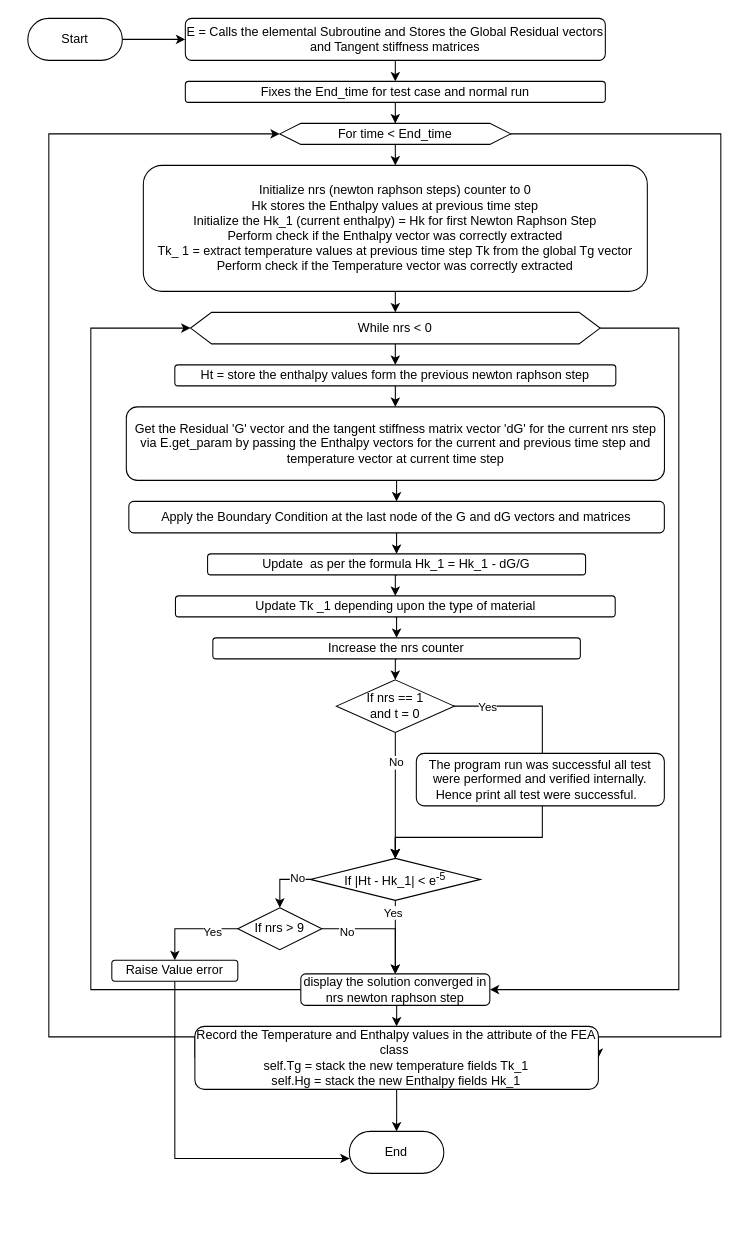
okolekar/PPP keeps this draw.io diagram as Untitled Diagram.drawio. Above is the earlier version. Source tidied: cells renumbered, new cells numbered last; positions are measured from the earlier drawing's top-left corner, leaving out a move shared by most shapes. Both pictures are drawn from the tidied source at 105%, with x=0, y=0 at pixel (27, 18).
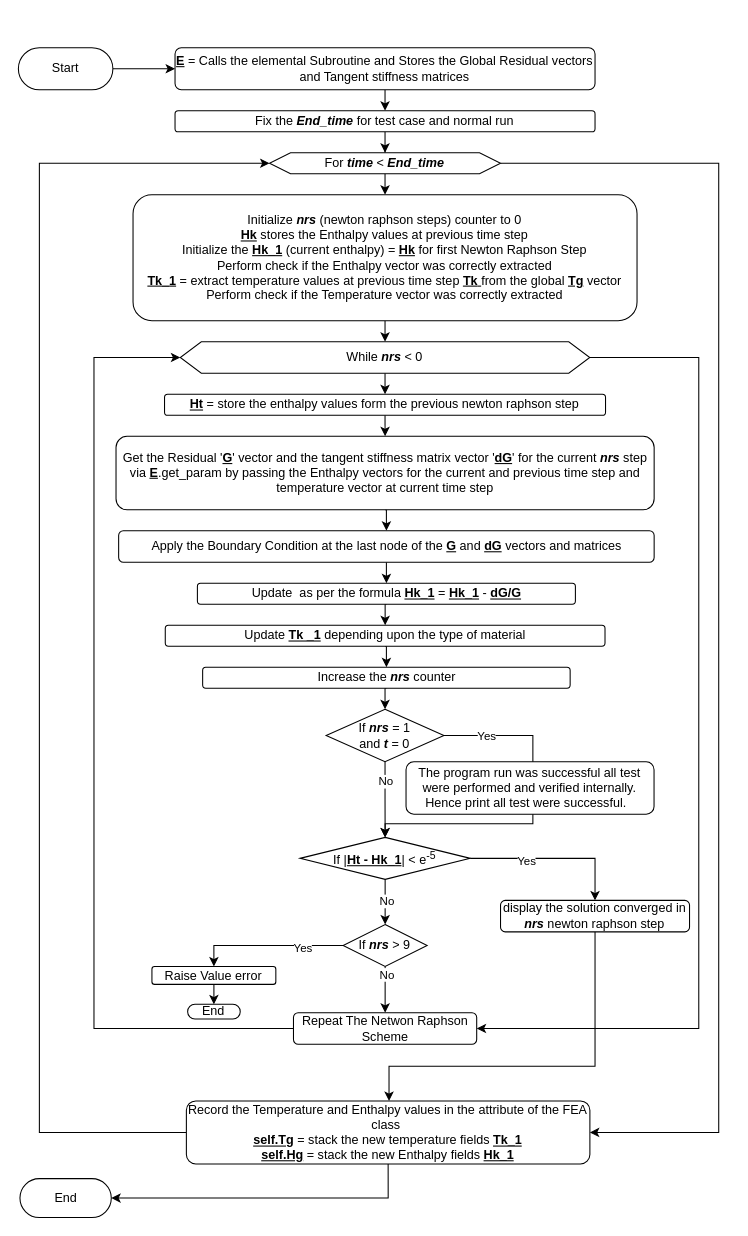
Above is the later version.

Change to the diagram source:
```diff
@@
     <mxCell id="3" value="Start" style="rounded=1;whiteSpace=wrap;html=1;arcSize=50;" parent="1" vertex="1">
-      <mxGeometry width="90" height="40" as="geometry" />
+      <mxGeometry x="-9" y="28" width="90" height="40" as="geometry" />
     </mxCell>
     <mxCell id="4" value="End" style="rounded=1;whiteSpace=wrap;html=1;arcSize=50;" parent="1" vertex="1">
-      <mxGeometry x="306.2" y="1060" width="90" height="40" as="geometry" />
+      <mxGeometry x="-7.5" y="1105" width="87" height="37" as="geometry" />
     </mxCell>
@@
-    <mxCell id="6" value="E = Calls the elemental Subroutine and Stores the Global Residual vectors and Tangent stiffness matrices" style="rounded=1;whiteSpace=wrap;html=1;" parent="1" vertex="1">
-      <mxGeometry x="150" width="400" height="40" as="geometry" />
+    <mxCell id="6" value="&lt;b&gt;&lt;u&gt;E&lt;/u&gt;&lt;/b&gt; = Calls the elemental Subroutine and Stores the Global Residual vectors and Tangent stiffness matrices" style="rounded=1;whiteSpace=wrap;html=1;" parent="1" vertex="1">
+      <mxGeometry x="140.2" y="28" width="400" height="40" as="geometry" />
     </mxCell>
@@
-    <mxCell id="8" value="Fixes the End_time for test case and normal run" style="rounded=1;whiteSpace=wrap;html=1;" parent="1" vertex="1">
-      <mxGeometry x="150" y="60" width="400" height="20" as="geometry" />
+    <mxCell id="8" value="Fix the &lt;b&gt;&lt;i&gt;End_time&lt;/i&gt;&lt;/b&gt; for test case and normal run" style="rounded=1;whiteSpace=wrap;html=1;" parent="1" vertex="1">
+      <mxGeometry x="140.2" y="88" width="400" height="20" as="geometry" />
     </mxCell>
@@
     <mxCell id="10" style="edgeStyle=orthogonalEdgeStyle;rounded=0;jettySize=auto;html=1;exitX=1;exitY=0.5;exitDx=0;exitDy=0;entryX=1;entryY=0.5;entryDx=0;entryDy=0;" parent="1" edge="1" source="11" target="53">
       <mxGeometry relative="1" as="geometry">
         <Array as="points">
-          <mxPoint x="660" y="110" />
-          <mxPoint x="660" y="970" />
+          <mxPoint x="658" y="138" />
+          <mxPoint x="658" y="1061" />
         </Array>
       </mxGeometry>
     </mxCell>
-    <mxCell id="11" value="For time &amp;lt; End_time" style="shape=hexagon;perimeter=hexagonPerimeter2;whiteSpace=wrap;html=1;fixedSize=1;" parent="1" vertex="1">
-      <mxGeometry x="240" y="100" width="220" height="20" as="geometry" />
+    <mxCell id="11" value="For &lt;b&gt;&lt;i&gt;time &lt;/i&gt;&lt;/b&gt;&amp;lt; &lt;b&gt;&lt;i&gt;End_time&lt;/i&gt;&lt;/b&gt;" style="shape=hexagon;perimeter=hexagonPerimeter2;whiteSpace=wrap;html=1;fixedSize=1;" parent="1" vertex="1">
+      <mxGeometry x="230.2" y="128" width="220" height="20" as="geometry" />
     </mxCell>
@@
-    <mxCell id="13" value="&lt;div style=&quot;&quot;&gt;&lt;span style=&quot;background-color: initial;&quot;&gt;Initialize nrs (newton raphson steps) counter to 0&lt;/span&gt;&lt;br&gt;&lt;span style=&quot;background-color: initial;&quot;&gt;Hk stores the Enthalpy values at previous time step&lt;/span&gt;&lt;br&gt;&lt;span style=&quot;background-color: initial;&quot;&gt;Initialize the Hk_1 (current enthalpy) = Hk for first Newton Raphson Step&lt;/span&gt;&lt;br&gt;&lt;span style=&quot;background-color: initial;&quot;&gt;Perform check if the Enthalpy vector was correctly extracted&lt;/span&gt;&lt;br&gt;&lt;span style=&quot;background-color: initial;&quot;&gt;Tk_ 1 = extract temperature values at previous time step Tk from the global Tg vector&lt;/span&gt;&lt;br&gt;&lt;span style=&quot;background-color: initial;&quot;&gt;Perform check if the Temperature vector was correctly extracted&lt;/span&gt;&lt;br&gt;&lt;/div&gt;" style="rounded=1;whiteSpace=wrap;html=1;align=center;" parent="1" vertex="1">
-      <mxGeometry x="110" y="140" width="480" height="120" as="geometry" />
+    <mxCell id="13" value="&lt;div style=&quot;&quot;&gt;&lt;span style=&quot;background-color: initial;&quot;&gt;Initialize &lt;b&gt;&lt;i&gt;nrs&lt;/i&gt;&lt;/b&gt; (newton raphson steps) counter to 0&lt;/span&gt;&lt;br&gt;&lt;span style=&quot;background-color: initial;&quot;&gt;&lt;b&gt;&lt;u&gt;Hk&lt;/u&gt; &lt;/b&gt;stores the Enthalpy values at previous time step&lt;/span&gt;&lt;br&gt;&lt;span style=&quot;background-color: initial;&quot;&gt;Initialize the &lt;b style=&quot;&quot;&gt;&lt;u&gt;Hk_1&lt;/u&gt; &lt;/b&gt;(current enthalpy) = &lt;b&gt;&lt;u&gt;Hk&lt;/u&gt;&lt;/b&gt; for first Newton Raphson Step&lt;/span&gt;&lt;br&gt;&lt;span style=&quot;background-color: initial;&quot;&gt;Perform check if the Enthalpy vector was correctly extracted&lt;/span&gt;&lt;br&gt;&lt;span style=&quot;background-color: initial;&quot;&gt;&lt;u&gt;&lt;b&gt;Tk_1&lt;/b&gt;&lt;/u&gt; = extract temperature values at previous time step &lt;u&gt;&lt;b&gt;Tk&lt;/b&gt; &lt;/u&gt;from the global &lt;b style=&quot;&quot;&gt;&lt;u&gt;Tg&lt;/u&gt; &lt;/b&gt;vector&lt;/span&gt;&lt;br&gt;&lt;span style=&quot;background-color: initial;&quot;&gt;Perform check if the Temperature vector was correctly extracted&lt;/span&gt;&lt;br&gt;&lt;/div&gt;" style="rounded=1;whiteSpace=wrap;html=1;align=center;" parent="1" vertex="1">
+      <mxGeometry x="100.2" y="168" width="480" height="120" as="geometry" />
     </mxCell>
@@
-    <mxCell id="15" style="edgeStyle=orthogonalEdgeStyle;rounded=0;jettySize=auto;html=1;exitX=1;exitY=0.5;exitDx=0;exitDy=0;entryX=1;entryY=0.5;entryDx=0;entryDy=0;" parent="1" edge="1" source="16" target="47">
-      <mxGeometry relative="1" as="geometry">
-        <Array as="points">
-          <mxPoint x="620" y="295" />
-          <mxPoint x="620" y="925" />
-        </Array>
-      </mxGeometry>
-    </mxCell>
+    <mxCell id="54" style="edgeStyle=orthogonalEdgeStyle;rounded=0;jettySize=auto;html=1;exitX=1;exitY=0.5;exitDx=0;exitDy=0;entryX=1;entryY=0.5;entryDx=0;entryDy=0;" parent="1" edge="1" source="16" target="61">
+      <mxGeometry relative="1" as="geometry">
+        <Array as="points">
+          <mxPoint x="639" y="323" />
+          <mxPoint x="639" y="962" />
+        </Array>
+      </mxGeometry>
+    </mxCell>
-    <mxCell id="16" value="While nrs &amp;lt; 0" style="shape=hexagon;perimeter=hexagonPerimeter2;whiteSpace=wrap;html=1;fixedSize=1;" parent="1" vertex="1">
-      <mxGeometry x="155" y="280" width="390" height="30" as="geometry" />
+    <mxCell id="16" value="While &lt;b&gt;&lt;i&gt;nrs&lt;/i&gt;&lt;/b&gt; &amp;lt; 0" style="shape=hexagon;perimeter=hexagonPerimeter2;whiteSpace=wrap;html=1;fixedSize=1;" parent="1" vertex="1">
+      <mxGeometry x="145.2" y="308" width="390" height="30" as="geometry" />
     </mxCell>
@@
-    <mxCell id="18" value="Ht = store the enthalpy values form the previous newton raphson step" style="rounded=1;whiteSpace=wrap;html=1;" parent="1" vertex="1">
-      <mxGeometry x="140" y="330" width="420" height="20" as="geometry" />
+    <mxCell id="18" value="&lt;b&gt;&lt;u&gt;Ht&lt;/u&gt;&lt;/b&gt; = store the enthalpy values form the previous newton raphson step" style="rounded=1;whiteSpace=wrap;html=1;" parent="1" vertex="1">
+      <mxGeometry x="130.2" y="358" width="420" height="20" as="geometry" />
     </mxCell>
@@
-    <mxCell id="20" value="Get the Residual 'G' vector and the tangent stiffness matrix vector 'dG' for the current nrs step via E.get_param by passing the Enthalpy vectors for the current and previous time step and temperature vector at current time step" style="rounded=1;whiteSpace=wrap;html=1;" parent="1" vertex="1">
-      <mxGeometry x="93.8" y="370" width="512.5" height="70" as="geometry" />
+    <mxCell id="20" value="Get the Residual '&lt;b&gt;&lt;u&gt;G&lt;/u&gt;&lt;/b&gt;' vector and the tangent stiffness matrix vector '&lt;b&gt;&lt;u&gt;dG&lt;/u&gt;&lt;/b&gt;' for the current &lt;b&gt;&lt;i&gt;nrs&lt;/i&gt;&lt;/b&gt; step via &lt;b&gt;&lt;u&gt;E&lt;/u&gt;&lt;/b&gt;.get_param by passing the Enthalpy vectors for the current and previous time step and temperature vector at current time step" style="rounded=1;whiteSpace=wrap;html=1;" parent="1" vertex="1">
+      <mxGeometry x="84" y="398" width="512.5" height="70" as="geometry" />
     </mxCell>
@@
-    <mxCell id="22" value="Apply the Boundary Condition at the last node of the G and dG vectors and matrices" style="rounded=1;whiteSpace=wrap;html=1;" parent="1" vertex="1">
-      <mxGeometry x="96.2" y="460" width="510" height="30" as="geometry" />
+    <mxCell id="22" value="Apply the Boundary Condition at the last node of the &lt;b&gt;&lt;u&gt;G&lt;/u&gt;&lt;/b&gt; and &lt;u&gt;&lt;b&gt;dG&lt;/b&gt;&lt;/u&gt; vectors and matrices" style="rounded=1;whiteSpace=wrap;html=1;" parent="1" vertex="1">
+      <mxGeometry x="86.5" y="488" width="510" height="30" as="geometry" />
     </mxCell>
@@
-    <mxCell id="24" value="Update&amp;nbsp; as per the formula Hk_1 = Hk_1 - dG/G" style="rounded=1;whiteSpace=wrap;html=1;" parent="1" vertex="1">
-      <mxGeometry x="171.2" y="510" width="360" height="20" as="geometry" />
+    <mxCell id="24" value="Update&amp;nbsp; as per the formula &lt;b&gt;&lt;u&gt;Hk_1&lt;/u&gt;&lt;/b&gt; = &lt;b&gt;&lt;u&gt;Hk_1&lt;/u&gt;&lt;/b&gt; - &lt;b&gt;&lt;u&gt;dG/G&lt;/u&gt;&lt;/b&gt;" style="rounded=1;whiteSpace=wrap;html=1;" parent="1" vertex="1">
+      <mxGeometry x="161.5" y="538" width="360" height="20" as="geometry" />
     </mxCell>
@@
-    <mxCell id="26" value="Update Tk _1 depending upon the type of material" style="rounded=1;whiteSpace=wrap;html=1;" parent="1" vertex="1">
-      <mxGeometry x="140.6" y="550" width="418.8" height="20" as="geometry" />
+    <mxCell id="26" value="Update &lt;b&gt;&lt;u&gt;Tk _1&lt;/u&gt;&lt;/b&gt; depending upon the type of material" style="rounded=1;whiteSpace=wrap;html=1;" parent="1" vertex="1">
+      <mxGeometry x="130.9" y="578" width="418.8" height="20" as="geometry" />
     </mxCell>
@@
-    <mxCell id="28" value="Increase the nrs counter" style="rounded=1;whiteSpace=wrap;html=1;" parent="1" vertex="1">
-      <mxGeometry x="176.2" y="590" width="350" height="20" as="geometry" />
+    <mxCell id="28" value="Increase the &lt;b&gt;&lt;i&gt;nrs&lt;/i&gt;&lt;/b&gt; counter" style="rounded=1;whiteSpace=wrap;html=1;" parent="1" vertex="1">
+      <mxGeometry x="166.5" y="618" width="350" height="20" as="geometry" />
     </mxCell>
@@
-    <mxCell id="31" style="edgeStyle=orthogonalEdgeStyle;rounded=0;jettySize=auto;html=1;exitX=1;exitY=0.5;exitDx=0;exitDy=0;entryX=0.5;entryY=0;entryDx=0;entryDy=0;" parent="1" edge="1" target="38">
+    <mxCell id="31" style="edgeStyle=orthogonalEdgeStyle;rounded=0;jettySize=auto;html=1;exitX=1;exitY=0.5;exitDx=0;exitDy=0;entryX=0.5;entryY=0;entryDx=0;entryDy=0;" parent="1" edge="1" source="33" target="38">
       <mxGeometry relative="1" as="geometry">
-        <mxPoint x="386.1" y="655" as="sourcePoint" />
         <Array as="points">
-          <mxPoint x="490" y="655" />
-          <mxPoint x="490" y="780" />
-          <mxPoint x="350" y="780" />
+          <mxPoint x="481" y="683" />
+          <mxPoint x="481" y="767" />
+          <mxPoint x="340" y="767" />
         </Array>
       </mxGeometry>
     </mxCell>
@@
-    <mxCell id="33" value="If nrs == 1 &lt;br&gt;and t = 0" style="rhombus;whiteSpace=wrap;html=1;" parent="1" vertex="1">
-      <mxGeometry x="293.9" y="630" width="112.2" height="50" as="geometry" />
+    <mxCell id="33" value="If &lt;b&gt;&lt;i&gt;nrs&lt;/i&gt;&lt;/b&gt; = 1 &lt;br&gt;and &lt;b&gt;&lt;i&gt;t&lt;/i&gt;&lt;/b&gt; = 0" style="rhombus;whiteSpace=wrap;html=1;" parent="1" vertex="1">
+      <mxGeometry x="284.1" y="658" width="112.2" height="50" as="geometry" />
     </mxCell>
-    <mxCell id="34" style="edgeStyle=orthogonalEdgeStyle;rounded=0;jettySize=auto;html=1;exitX=0;exitY=0.5;exitDx=0;exitDy=0;entryX=0.5;entryY=0;entryDx=0;entryDy=0;" parent="1" edge="1" source="38" target="43">
+    <mxCell id="34" style="edgeStyle=orthogonalEdgeStyle;rounded=0;jettySize=auto;html=1;exitX=0.5;exitY=1;exitDx=0;exitDy=0;entryX=0.5;entryY=0;entryDx=0;entryDy=0;" parent="1" edge="1" source="38" target="43">
       <mxGeometry relative="1" as="geometry" />
     </mxCell>
-    <mxCell id="35" value="No" style="edgeLabel;html=1;align=center;verticalAlign=middle;" parent="34" vertex="1">
-      <mxGeometry x="-0.57" y="-2" relative="1" as="geometry" />
-    </mxCell>
+    <mxCell id="55" value="No" style="edgeLabel;html=1;align=center;verticalAlign=middle;" parent="34" vertex="1">
+      <mxGeometry x="-0.09" y="1" relative="1" as="geometry" />
+    </mxCell>
-    <mxCell id="36" style="edgeStyle=orthogonalEdgeStyle;rounded=0;jettySize=auto;html=1;exitX=0.5;exitY=1;exitDx=0;exitDy=0;entryX=0.5;entryY=0;entryDx=0;entryDy=0;" parent="1" edge="1" source="38" target="47">
+    <mxCell id="36" style="edgeStyle=orthogonalEdgeStyle;rounded=0;jettySize=auto;html=1;exitX=1;exitY=0.5;exitDx=0;exitDy=0;entryX=0.5;entryY=0;entryDx=0;entryDy=0;" parent="1" edge="1" source="38" target="47">
       <mxGeometry relative="1" as="geometry" />
     </mxCell>
     <mxCell id="37" value="Yes" style="edgeLabel;html=1;align=center;verticalAlign=middle;" parent="36" vertex="1">
-      <mxGeometry x="-0.35" relative="1" as="geometry">
-        <mxPoint x="-3" y="-12" as="offset" />
-      </mxGeometry>
+      <mxGeometry x="-0.33" y="-2" relative="1" as="geometry" />
     </mxCell>
-    <mxCell id="38" value="If |Ht - Hk_1| &amp;lt; e&lt;sup&gt;-5&lt;/sup&gt;" style="rhombus;whiteSpace=wrap;html=1;" parent="1" vertex="1">
-      <mxGeometry x="268.9" y="800" width="162.2" height="40" as="geometry" />
+    <mxCell id="38" value="If |&lt;b&gt;&lt;u&gt;Ht - Hk_1&lt;/u&gt;&lt;/b&gt;| &amp;lt; e&lt;sup&gt;-5&lt;/sup&gt;" style="rhombus;whiteSpace=wrap;html=1;" parent="1" vertex="1">
+      <mxGeometry x="259.2" y="780" width="162.2" height="40" as="geometry" />
     </mxCell>
@@
-    <mxCell id="41" style="edgeStyle=orthogonalEdgeStyle;rounded=0;jettySize=auto;html=1;exitX=1;exitY=0.5;exitDx=0;exitDy=0;entryX=0.5;entryY=0;entryDx=0;entryDy=0;" parent="1" edge="1" source="43" target="47">
-      <mxGeometry relative="1" as="geometry">
-        <Array as="points">
-          <mxPoint x="350" y="867" />
-        </Array>
-      </mxGeometry>
-    </mxCell>
-    <mxCell id="42" value="No" style="edgeLabel;html=1;align=center;verticalAlign=middle;" parent="41" vertex="1">
-      <mxGeometry x="-0.25" y="-2" relative="1" as="geometry">
-        <mxPoint x="-19" as="offset" />
-      </mxGeometry>
-    </mxCell>
+    <mxCell id="56" style="edgeStyle=orthogonalEdgeStyle;rounded=0;jettySize=auto;html=1;" parent="1" edge="1" source="43" target="61">
+      <mxGeometry relative="1" as="geometry" />
+    </mxCell>
+    <mxCell id="57" value="No" style="edgeLabel;html=1;align=center;verticalAlign=middle;" parent="56" vertex="1">
+      <mxGeometry x="-0.67" y="1" relative="1" as="geometry" />
+    </mxCell>
-    <mxCell id="43" value="If nrs &amp;gt; 9" style="rhombus;whiteSpace=wrap;html=1;" parent="1" vertex="1">
-      <mxGeometry x="200" y="847" width="80" height="40" as="geometry" />
+    <mxCell id="43" value="If &lt;b&gt;&lt;i&gt;nrs&lt;/i&gt;&lt;/b&gt; &amp;gt; 9" style="rhombus;whiteSpace=wrap;html=1;" parent="1" vertex="1">
+      <mxGeometry x="300.3" y="863" width="80" height="40" as="geometry" />
     </mxCell>
-    <mxCell id="44" style="edgeStyle=orthogonalEdgeStyle;rounded=0;jettySize=auto;html=1;entryX=0.5;entryY=0;entryDx=0;entryDy=0;" parent="1" edge="1" target="38">
-      <mxGeometry relative="1" as="geometry">
-        <mxPoint x="350" y="780" as="sourcePoint" />
-      </mxGeometry>
-    </mxCell>
-    <mxCell id="45" style="edgeStyle=orthogonalEdgeStyle;rounded=0;jettySize=auto;html=1;exitX=0.5;exitY=1;exitDx=0;exitDy=0;entryX=0.5;entryY=0;entryDx=0;entryDy=0;" parent="1" edge="1" source="47" target="53">
-      <mxGeometry relative="1" as="geometry" />
+    <mxCell id="45" style="edgeStyle=orthogonalEdgeStyle;rounded=0;jettySize=auto;html=1;exitX=0.5;exitY=1;exitDx=0;exitDy=0;" parent="1" edge="1" source="47" target="53">
+      <mxGeometry relative="1" as="geometry">
+        <Array as="points">
+          <mxPoint x="540" y="998" />
+          <mxPoint x="344" y="998" />
+        </Array>
+      </mxGeometry>
     </mxCell>
-    <mxCell id="46" style="edgeStyle=orthogonalEdgeStyle;rounded=0;jettySize=auto;html=1;exitX=0;exitY=0.5;exitDx=0;exitDy=0;entryX=0;entryY=0.5;entryDx=0;entryDy=0;" parent="1" edge="1" source="47" target="16">
-      <mxGeometry relative="1" as="geometry">
-        <Array as="points">
-          <mxPoint x="60" y="925" />
-          <mxPoint x="60" y="295" />
-        </Array>
-      </mxGeometry>
-    </mxCell>
-    <mxCell id="47" value="display the solution converged in nrs newton raphson step" style="rounded=1;whiteSpace=wrap;html=1;" parent="1" vertex="1">
-      <mxGeometry x="260" y="910" width="180" height="30" as="geometry" />
+    <mxCell id="47" value="display the solution converged in &lt;b&gt;&lt;i&gt;nrs&lt;/i&gt;&lt;/b&gt; newton raphson step" style="rounded=1;whiteSpace=wrap;html=1;" parent="1" vertex="1">
+      <mxGeometry x="450.2" y="840" width="180" height="30" as="geometry" />
     </mxCell>
-    <mxCell id="48" style="edgeStyle=orthogonalEdgeStyle;rounded=0;jettySize=auto;html=1;exitX=0.5;exitY=1;exitDx=0;exitDy=0;entryX=0.004;entryY=0.646;entryDx=0;entryDy=0;entryPerimeter=0;" parent="1" edge="1" source="49" target="4">
-      <mxGeometry relative="1" as="geometry" />
-    </mxCell>
+    <mxCell id="58" style="edgeStyle=orthogonalEdgeStyle;rounded=0;jettySize=auto;html=1;exitX=0.5;exitY=1;exitDx=0;exitDy=0;entryX=0.5;entryY=0;entryDx=0;entryDy=0;" parent="1" edge="1" source="49" target="59">
+      <mxGeometry relative="1" as="geometry" />
+    </mxCell>
     <mxCell id="49" value="Raise Value error" style="rounded=1;whiteSpace=wrap;html=1;" parent="1" vertex="1">
-      <mxGeometry x="80" y="897" width="120" height="20" as="geometry" />
+      <mxGeometry x="118.2" y="903" width="118" height="17" as="geometry" />
     </mxCell>
     <mxCell id="50" value="The program run was successful all test were performed and verified internally. Hence print all test were successful.&amp;nbsp;&amp;nbsp;" style="rounded=1;whiteSpace=wrap;html=1;" parent="1" vertex="1">
-      <mxGeometry x="370" y="700" width="236.2" height="50" as="geometry" />
+      <mxGeometry x="360.2" y="708" width="236.2" height="50" as="geometry" />
     </mxCell>
     <mxCell id="51" style="edgeStyle=orthogonalEdgeStyle;rounded=0;jettySize=auto;html=1;exitX=0;exitY=0.5;exitDx=0;exitDy=0;entryX=0;entryY=0.5;entryDx=0;entryDy=0;" parent="1" edge="1" source="53" target="11">
       <mxGeometry relative="1" as="geometry">
         <Array as="points">
-          <mxPoint x="20" y="970" />
-          <mxPoint x="20" y="110" />
+          <mxPoint x="11" y="1061" />
+          <mxPoint x="11" y="138" />
         </Array>
       </mxGeometry>
     </mxCell>
-    <mxCell id="52" style="edgeStyle=orthogonalEdgeStyle;rounded=0;jettySize=auto;html=1;exitX=0.5;exitY=1;exitDx=0;exitDy=0;entryX=0.5;entryY=0;entryDx=0;entryDy=0;" parent="1" edge="1" source="53" target="4">
+    <mxCell id="52" style="edgeStyle=orthogonalEdgeStyle;rounded=0;jettySize=auto;html=1;exitX=0.5;exitY=1;exitDx=0;exitDy=0;entryX=1;entryY=0.5;entryDx=0;entryDy=0;" parent="1" edge="1" source="53" target="4">
       <mxGeometry relative="1" as="geometry" />
     </mxCell>
-    <mxCell id="53" value="Record the Temperature and Enthalpy values in the attribute of the FEA class&amp;nbsp;&lt;br&gt;self.Tg = stack the new temperature fields Tk_1&lt;br&gt;self.Hg = stack the new Enthalpy fields Hk_1" style="whiteSpace=wrap;html=1;rounded=1;" parent="1" vertex="1">
-      <mxGeometry x="159.1" y="960" width="384.3" height="60" as="geometry" />
+    <mxCell id="53" value="Record the Temperature and Enthalpy values in the attribute of the FEA class&amp;nbsp;&lt;br&gt;&lt;b&gt;&lt;u&gt;self.Tg&lt;/u&gt;&lt;/b&gt; = stack the new temperature fields &lt;b&gt;&lt;u&gt;Tk_1&lt;/u&gt;&lt;/b&gt;&lt;br&gt;&lt;b&gt;&lt;u&gt;self.Hg&lt;/u&gt;&lt;/b&gt; = stack the new Enthalpy fields &lt;b&gt;&lt;u&gt;Hk_1&lt;/u&gt;&lt;/b&gt;" style="whiteSpace=wrap;html=1;rounded=1;" parent="1" vertex="1">
+      <mxGeometry x="151" y="1031" width="384.3" height="60" as="geometry" />
     </mxCell>
+    <mxCell id="59" value="End" style="rounded=1;whiteSpace=wrap;html=1;arcSize=50;" parent="1" vertex="1">
+      <mxGeometry x="152.2" y="939" width="50.1" height="14" as="geometry" />
+    </mxCell>
+    <mxCell id="60" style="edgeStyle=orthogonalEdgeStyle;rounded=0;jettySize=auto;html=1;entryX=0;entryY=0.5;entryDx=0;entryDy=0;" parent="1" edge="1" source="61" target="16">
+      <mxGeometry relative="1" as="geometry">
+        <Array as="points">
+          <mxPoint x="63" y="962" />
+          <mxPoint x="63" y="323" />
+        </Array>
+      </mxGeometry>
+    </mxCell>
+    <mxCell id="61" value="Repeat The Netwon Raphson Scheme" style="rounded=1;whiteSpace=wrap;html=1;" parent="1" vertex="1">
+      <mxGeometry x="253" y="947" width="174.5" height="30" as="geometry" />
+    </mxCell>
```
